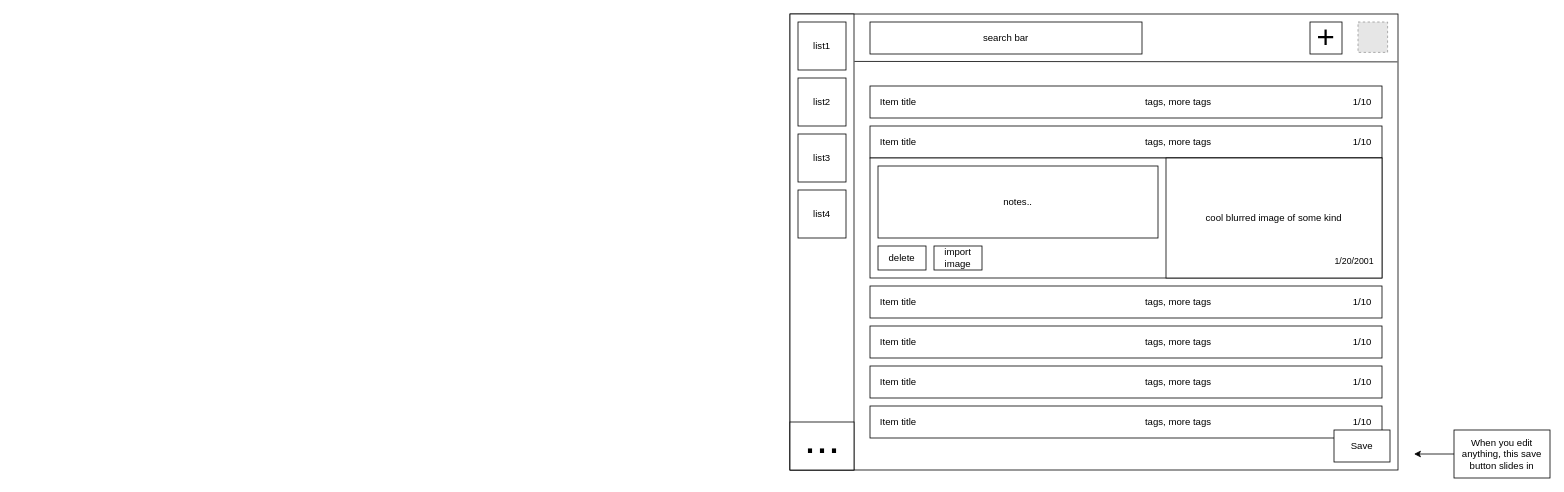
Earlier version of the draw.io diagram project-styling.drawio (HoldenErnest/List). Source tidied: cells renumbered, new cells numbered last; positions are measured from the earlier drawing's top-left corner, leaving out a move shared by most shapes. Both pictures are drawn from the tidied source at 80%, with x=0, y=0 at pixel (790, 14). Pictures stored in the file or linked from it are replaced by grey dashed boxes.
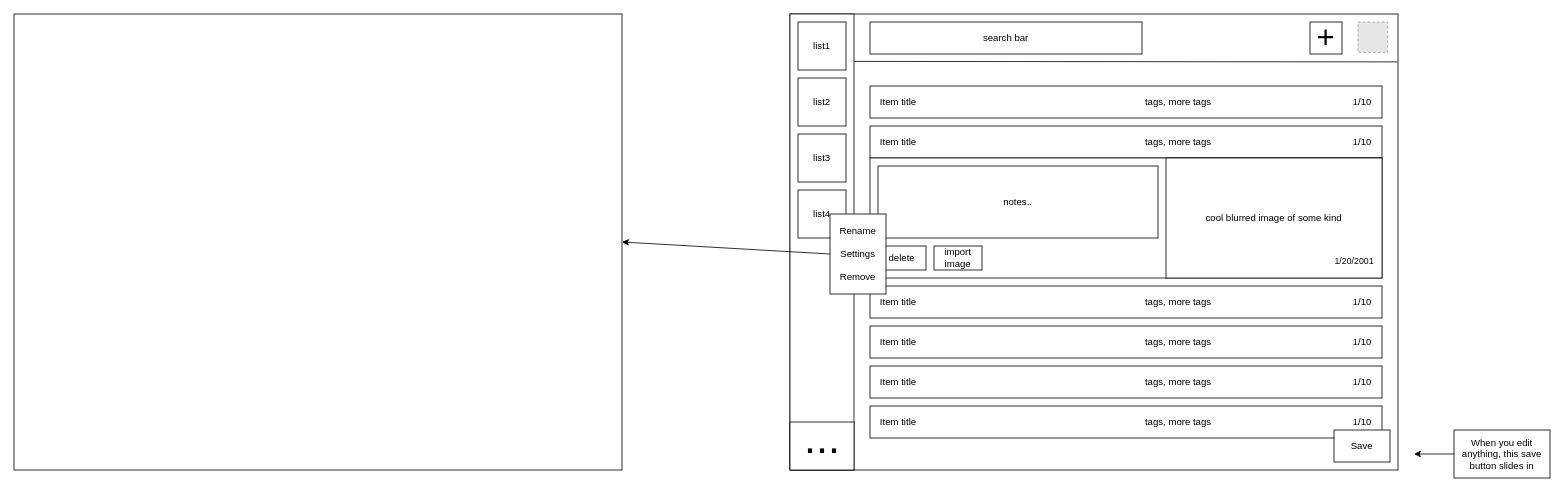
Above is the later version.

The edit, as a diff of the source:
```diff
@@
+    <mxCell id="53" style="edgeStyle=none;html=1;exitX=0;exitY=0.5;exitDx=0;exitDy=0;entryX=1;entryY=0.5;entryDx=0;entryDy=0;" parent="1" edge="1" source="54" target="55">
+      <mxGeometry relative="1" as="geometry" />
+    </mxCell>
+    <mxCell id="54" value="Rename&lt;br&gt;&lt;br&gt;Settings&lt;br&gt;&lt;br&gt;Remove" style="whiteSpace=wrap;html=1;" parent="1" vertex="1">
+      <mxGeometry x="50" y="250" width="70" height="100" as="geometry" />
+    </mxCell>
+    <mxCell id="55" style="rounded=0;whiteSpace=wrap;html=1;" parent="1" vertex="1">
+      <mxGeometry x="-970" width="760" height="570" as="geometry" />
+    </mxCell>
```
